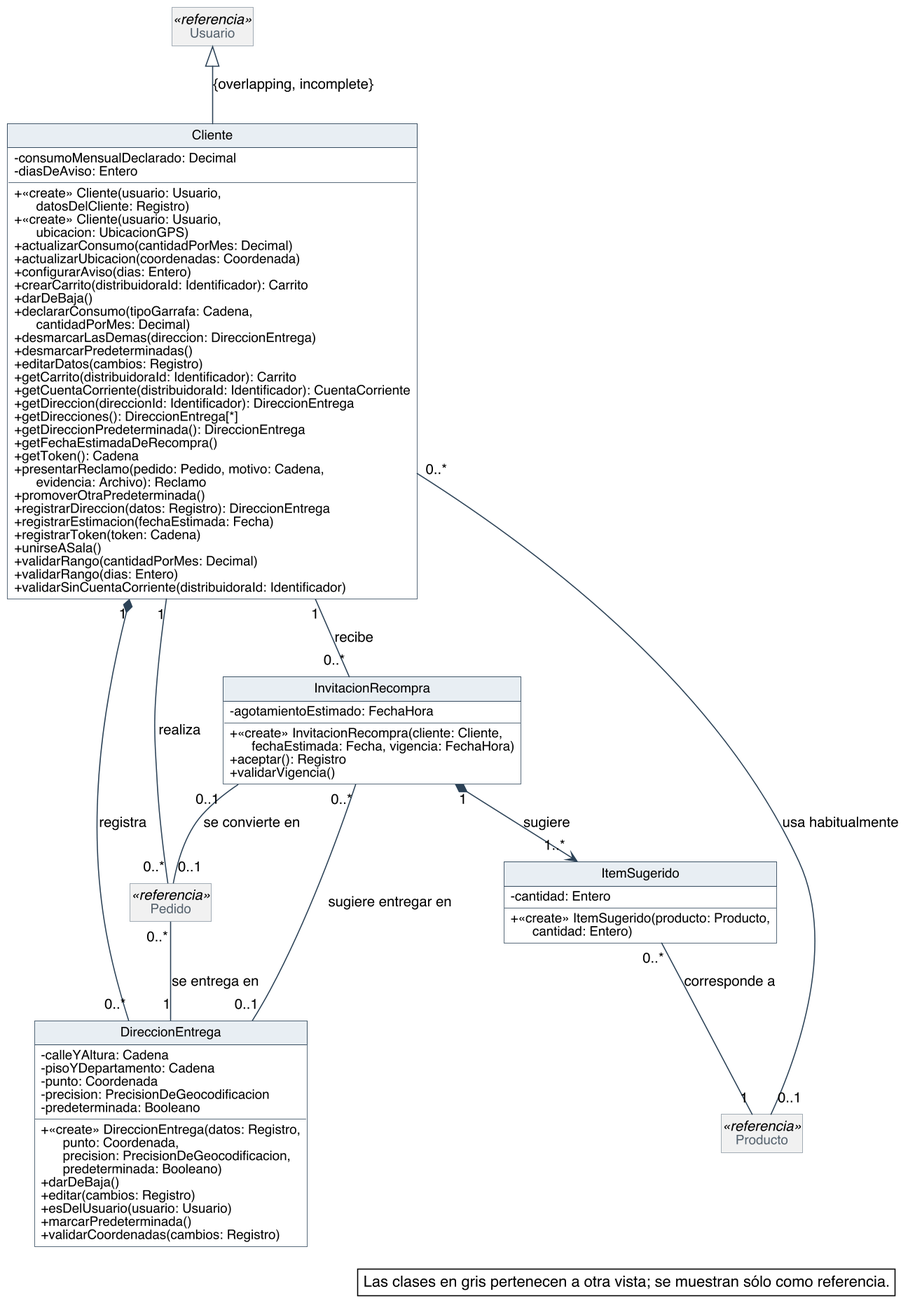
The PlantUML diagram diagramas/clases-diseno/DC_Clientes.png in Nahuelito-Dev/splg-docs, before a commit.
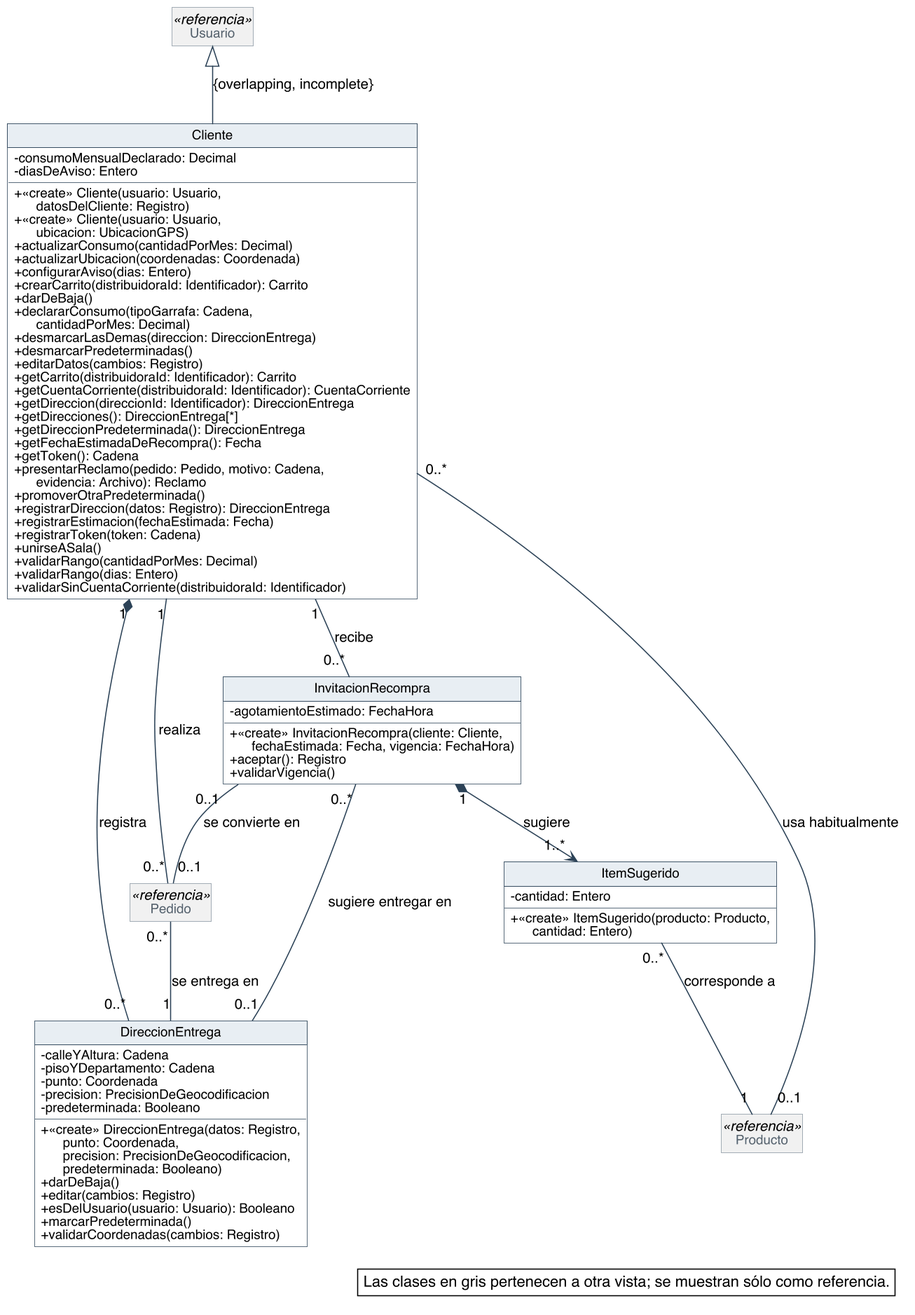
Later version of the same file.

Change to the diagram source:
```diff
@@ -76,7 +76,7 @@
   + getDireccion(direccionId: Identificador): DireccionEntrega
   + getDirecciones(): DireccionEntrega[*]
   + getDireccionPredeterminada(): DireccionEntrega
-  + getFechaEstimadaDeRecompra()
+  + getFechaEstimadaDeRecompra(): Fecha
   + getToken(): Cadena
   + presentarReclamo(pedido: Pedido, motivo: Cadena,\n      evidencia: Archivo): Reclamo
   + promoverOtraPredeterminada()
@@ -97,7 +97,7 @@
   + «create» DireccionEntrega(datos: Registro,\n      punto: Coordenada,\n      precision: PrecisionDeGeocodificacion,\n      predeterminada: Booleano)
   + darDeBaja()
   + editar(cambios: Registro)
-  + esDelUsuario(usuario: Usuario)
+  + esDelUsuario(usuario: Usuario): Booleano
   + marcarPredeterminada()
   + validarCoordenadas(cambios: Registro)
 }
```
